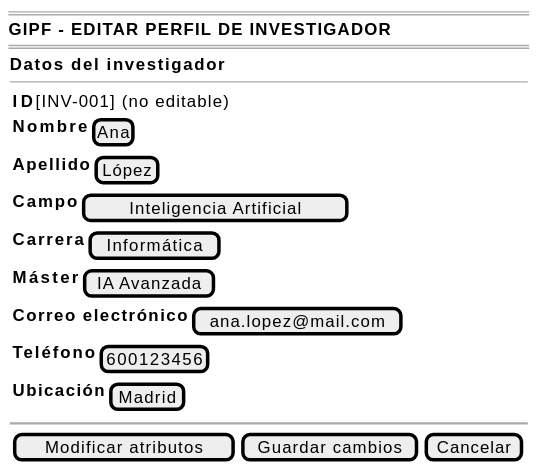
This is documentación/CasosDeUso/Imagenes/prototipos/coordinador/05-perfil/editarPerfil-wireframe.svg from 31Diego/25-26-IdSw1-SdR, a PlantUML export, as it was before one commit.
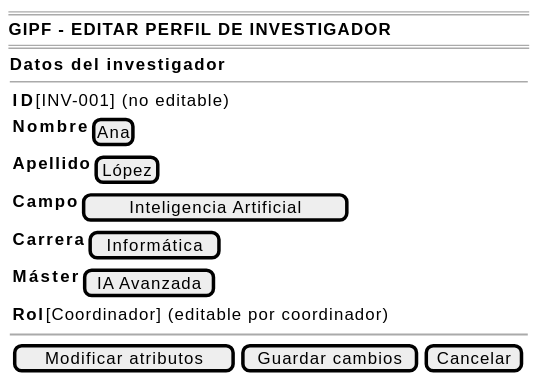
The same file after the commit.

Change to the diagram source:
```diff
@@ -13,9 +13,8 @@
             {<b>Campo</b>             | [Inteligencia Artificial] }
             {<b>Carrera</b>           | [Informática] }
             {<b>Máster</b>            | [IA Avanzada] }
-            {<b>Correo electrónico</b> | [ana.lopez@mail.com] }
-            {<b>Teléfono</b>          | [600123456] }
-            {<b>Ubicación</b>         | [Madrid] }
+            {<b>Rol</b>            | [Coordinador] (editable por coordinador) }
+
         }
 
         ~~
```
